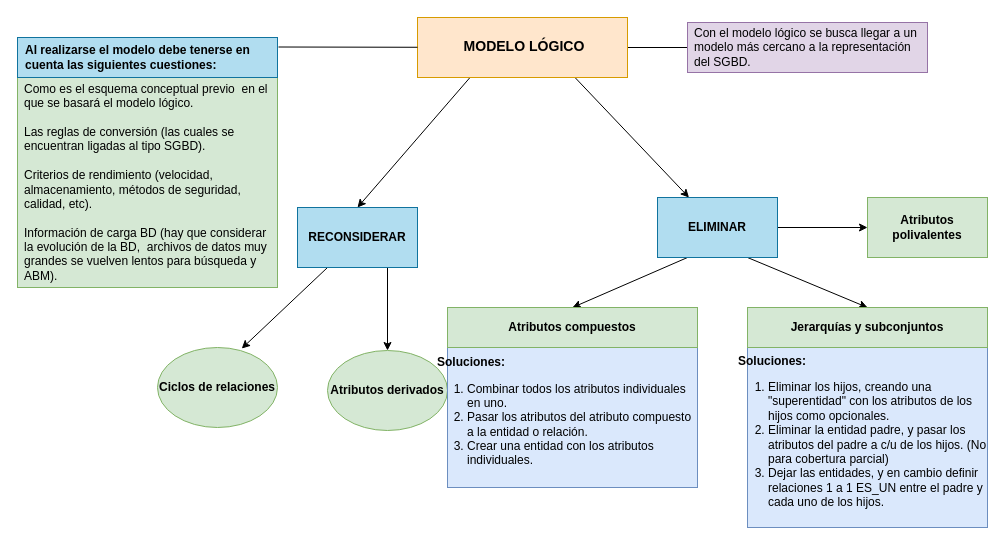
senras/DBD keeps this draw.io diagram as page "Modelo lógico [Checked]" (4 of 7) of Diagrama-resumen.drawio. Above is the earlier version. Source tidied: cells renumbered, new cells numbered last; positions are measured from the earlier drawing's top-left corner, leaving out a move shared by most shapes. Both pictures are drawn from the tidied source at 100%, with x=0, y=0 at pixel (17, 17).
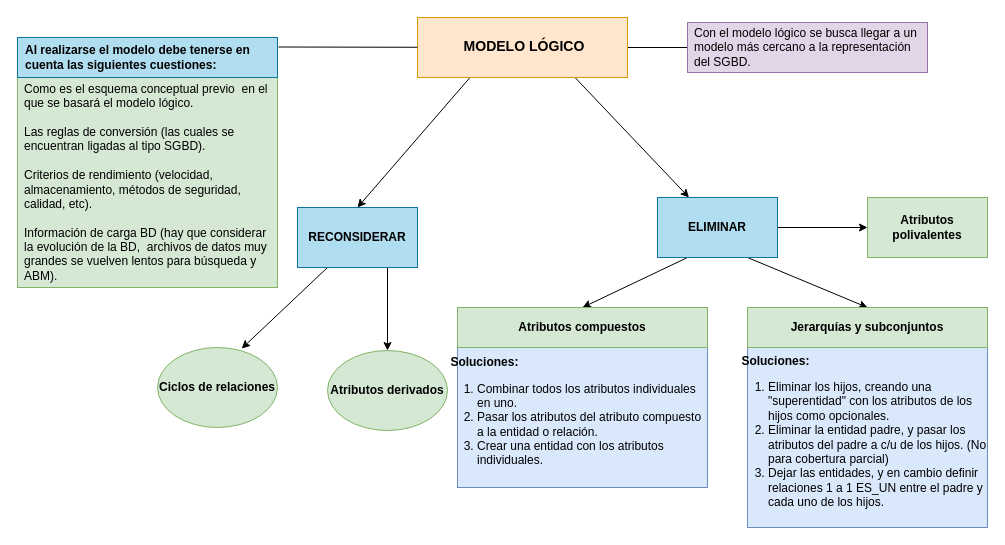
The same diagram, later.

The edit, as a diff of the source:
```diff
@@
-    <mxCell id="19" value="&lt;div&gt;&lt;b&gt;&lt;span style=&quot;white-space: pre;&quot;&gt;&lt;span style=&quot;white-space: pre;&quot;&gt; &lt;/span&gt; &lt;span style=&quot;white-space: pre;&quot;&gt; &lt;/span&gt;&lt;/span&gt;Soluciones:&lt;/b&gt;&lt;/div&gt;&lt;ol&gt;&lt;li&gt;Eliminar los hijos, creando una &quot;superentidad&quot; con los atributos de los hijos como opcionales.&lt;/li&gt;&lt;li&gt;Eliminar la entidad padre, y pasar los atributos del padre a c/u de los hijos. (No para cobertura parcial)&lt;/li&gt;&lt;li&gt;Dejar las entidades, y en cambio definir relaciones 1 a 1 ES_UN entre el padre y cada uno de los hijos.&lt;/li&gt;&lt;/ol&gt;" style="rounded=0;whiteSpace=wrap;html=1;fillColor=#dae8fc;strokeColor=#6c8ebf;align=left;spacingLeft=-21;" parent="1" vertex="1">
+    <mxCell id="19" value="&lt;div&gt;&lt;b&gt;&lt;span style=&quot;white-space: pre;&quot;&gt;&lt;span style=&quot;white-space: pre;&quot;&gt; &lt;/span&gt; &lt;span style=&quot;white-space: pre;&quot;&gt; &lt;span style=&quot;white-space: pre;&quot;&gt; &lt;/span&gt;&lt;/span&gt;&lt;/span&gt;Soluciones:&lt;/b&gt;&lt;/div&gt;&lt;ol&gt;&lt;li&gt;Eliminar los hijos, creando una &quot;superentidad&quot; con los atributos de los hijos como opcionales.&lt;/li&gt;&lt;li&gt;Eliminar la entidad padre, y pasar los atributos del padre a c/u de los hijos. (No para cobertura parcial)&lt;/li&gt;&lt;li&gt;Dejar las entidades, y en cambio definir relaciones 1 a 1 ES_UN entre el padre y cada uno de los hijos.&lt;/li&gt;&lt;/ol&gt;" style="rounded=0;whiteSpace=wrap;html=1;fillColor=#dae8fc;strokeColor=#6c8ebf;align=left;spacingLeft=-21;" parent="1" vertex="1">
       <mxGeometry x="730" y="330" width="240" height="180" as="geometry" />
     </mxCell>
-    <mxCell id="20" value="&lt;span style=&quot;background-color: initial;&quot;&gt;&lt;b&gt;&lt;span style=&quot;white-space: pre;&quot;&gt; &lt;span style=&quot;white-space: pre;&quot;&gt; &lt;span style=&quot;white-space: pre;&quot;&gt; &lt;/span&gt;&lt;/span&gt;&lt;/span&gt;Soluciones:&lt;/b&gt;&lt;br&gt;&lt;ol style=&quot;line-height: 1.2;&quot;&gt;&lt;li&gt;&lt;span style=&quot;background-color: initial;&quot;&gt;Combinar todos los atributos individuales en uno.&lt;/span&gt;&lt;/li&gt;&lt;li&gt;&lt;span style=&quot;background-color: initial;&quot;&gt;Pasar los atributos del atributo compuesto a la entidad o relación.&lt;/span&gt;&lt;/li&gt;&lt;li&gt;&lt;span style=&quot;background-color: initial;&quot;&gt;Crear una entidad con los atributos individuales&lt;/span&gt;&lt;span style=&quot;background-color: initial;&quot;&gt;.&lt;/span&gt;&lt;/li&gt;&lt;/ol&gt;&lt;/span&gt;" style="rounded=0;whiteSpace=wrap;html=1;align=left;fillColor=#dae8fc;strokeColor=#6c8ebf;spacingLeft=-22;" parent="1" vertex="1">
-      <mxGeometry x="430" y="330" width="250" height="140" as="geometry" />
+    <mxCell id="20" value="&lt;span style=&quot;background-color: initial;&quot;&gt;&lt;b&gt;&lt;span style=&quot;white-space: pre;&quot;&gt; &lt;span style=&quot;white-space: pre;&quot;&gt; &lt;span style=&quot;white-space: pre;&quot;&gt; &lt;span style=&quot;white-space: pre;&quot;&gt; &lt;/span&gt;&lt;/span&gt;&lt;/span&gt;&lt;/span&gt;Soluciones:&lt;/b&gt;&lt;br&gt;&lt;ol style=&quot;line-height: 1.2;&quot;&gt;&lt;li&gt;&lt;span style=&quot;background-color: initial;&quot;&gt;Combinar todos los atributos individuales en uno.&lt;/span&gt;&lt;/li&gt;&lt;li&gt;&lt;span style=&quot;background-color: initial;&quot;&gt;Pasar los atributos del atributo compuesto a la entidad o relación.&lt;/span&gt;&lt;/li&gt;&lt;li&gt;&lt;span style=&quot;background-color: initial;&quot;&gt;Crear una entidad con los atributos individuales&lt;/span&gt;&lt;span style=&quot;background-color: initial;&quot;&gt;.&lt;/span&gt;&lt;/li&gt;&lt;/ol&gt;&lt;/span&gt;" style="rounded=0;whiteSpace=wrap;html=1;align=left;fillColor=#dae8fc;strokeColor=#6c8ebf;spacingLeft=-22;" parent="1" vertex="1">
+      <mxGeometry x="440" y="330" width="250" height="140" as="geometry" />
     </mxCell>
     <mxCell id="21" value="Atributos compuestos" style="rounded=0;whiteSpace=wrap;html=1;fillColor=#d5e8d4;strokeColor=#82b366;fontStyle=1;" parent="1" vertex="1">
-      <mxGeometry x="430" y="290" width="250" height="40" as="geometry" />
+      <mxGeometry x="440" y="290" width="250" height="40" as="geometry" />
     </mxCell>
```
